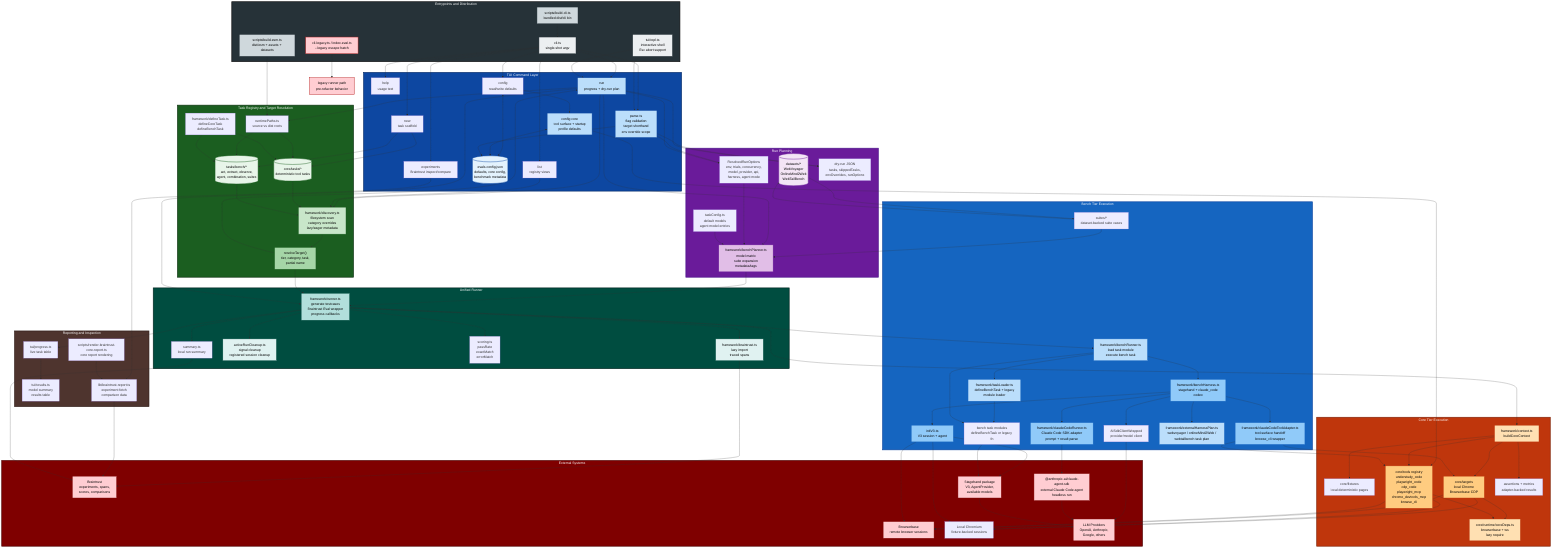
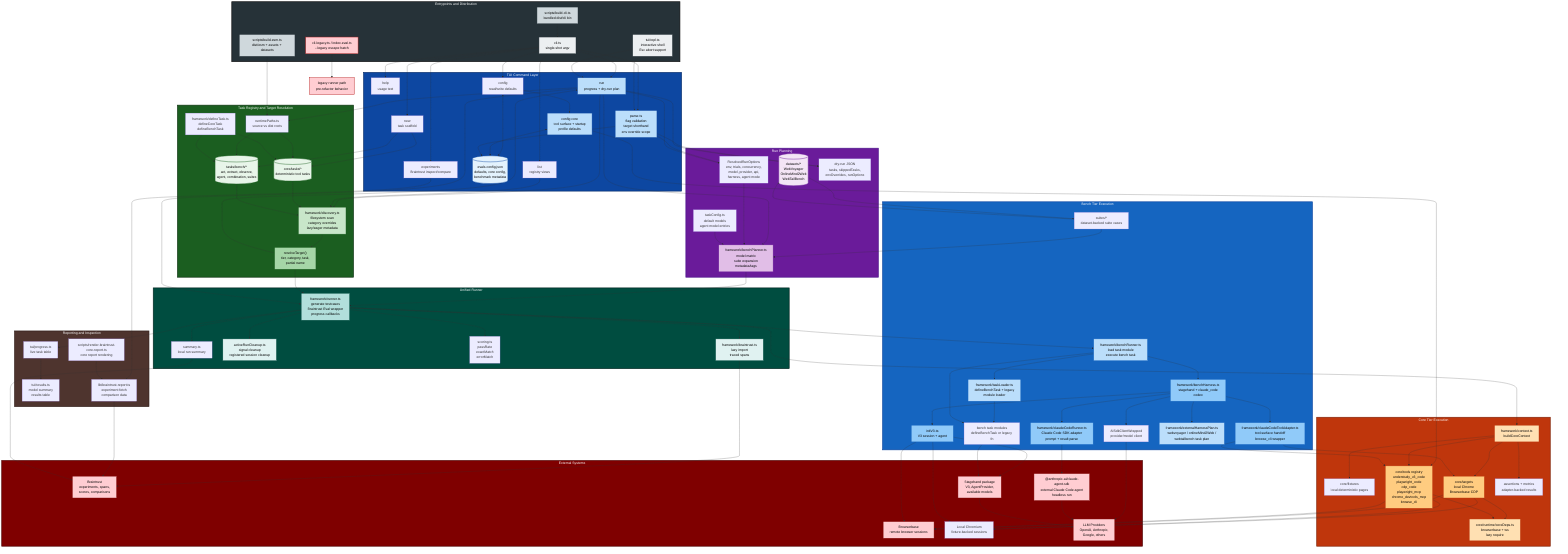
flowchart TB
    subgraph Entrypoints["Entrypoints and Distribution"]
        CLI["cli.ts<br/>single-shot argv"]
        REPL["tui/repl.ts<br/>interactive shell<br/>Esc abort support"]
        BuildCLI["scripts/build-cli.ts<br/>bundled dist/cli bin"]
        BuildESM["scripts/build-esm.ts<br/>dist/esm + assets + datasets"]
        LegacyCLI["cli-legacy.ts / index.eval.ts<br/>--legacy escape hatch"]
    end

    subgraph TUI["TUI Command Layer"]
        Help["help<br/>usage text"]
        List["list<br/>registry views"]
        ConfigCmd["config<br/>read/write defaults"]
        ConfigCore["config core<br/>tool surface + startup<br/>profile defaults"]
        NewTask["new<br/>task scaffold"]
        Experiments["experiments<br/>Braintrust inspect/compare"]
        RunCmd["run<br/>progress + dry-run plan"]
        Parse["parse.ts<br/>flag validation<br/>target shorthand<br/>env override scope"]
        ConfigFile[("evals.config.json<br/>defaults, core config,<br/>benchmark metadata")]
    end

    subgraph Registry["Task Registry and Target Resolution"]
        RuntimePaths["runtimePaths.ts<br/>source vs dist roots"]
        Discovery["framework/discovery.ts<br/>filesystem scan<br/>category overrides<br/>lazy/eager metadata"]
        Resolver["resolveTarget()<br/>tier, category, task,<br/>partial name"]
        CoreTasks[("core/tasks/*<br/>deterministic tool tasks")]
        BenchTasks[("tasks/bench/*<br/>act, extract, observe,<br/>agent, combination, suites")]
        DefineTask["framework/defineTask.ts<br/>defineCoreTask<br/>defineBenchTask"]
    end

    subgraph Planning["Run Planning"]
        ResolvedOptions["ResolvedRunOptions<br/>env, trials, concurrency,<br/>model, provider, api,<br/>harness, agent mode"]
        BenchPlanner["framework/benchPlanner.ts<br/>model matrix<br/>suite expansion<br/>metadata/tags"]
        TaskConfig["taskConfig.ts<br/>default models<br/>agent model entries"]
        Datasets[("datasets/*<br/>WebVoyager<br/>OnlineMind2Web<br/>WebTailBench")]
        DryRun["dry-run JSON<br/>tasks, skippedTasks,<br/>envOverrides, runOptions"]
    end

    subgraph Runner["Unified Runner"]
        RunEvals["framework/runner.ts<br/>generate testcases<br/>Braintrust Eval wrapper<br/>progress callbacks"]
        BraintrustAdapter["framework/braintrust.ts<br/>lazy import<br/>traced spans"]
        Cleanup["activeRunCleanup.ts<br/>signal cleanup<br/>registered session cleanup"]
        Scoring["scoring.ts<br/>passRate<br/>exactMatch<br/>errorMatch"]
        Summary["summary.ts<br/>local run summary"]
    end

    subgraph CoreTier["Core Tier Execution"]
        CoreContext["framework/context.ts<br/>buildCoreContext"]
        FixtureServer["core/fixtures<br/>local deterministic pages"]
        CoreTargets["core/targets<br/>local Chrome<br/>Browserbase CDP"]
-         CoreTools["core/tools registry<br/>understudy_code<br/>playwright_code<br/>cdp_code<br/>playwright_mcp<br/>chrome_devtools_mcp<br/>browse_cli"]
+         CoreTools["core/tools registry<br/>understudy_v3_code<br/>playwright_code<br/>cdp_code<br/>playwright_mcp<br/>chrome_devtools_mcp<br/>browse_cli"]
        CoreAssertions["assertions + metrics<br/>adapter-backed results"]
        CoreDeps["core/runtime/coreDeps.ts<br/>browserbase + ws<br/>lazy require"]
    end

    subgraph BenchTier["Bench Tier Execution"]
        BenchRunner["framework/benchRunner.ts<br/>load task module<br/>execute bench task"]
        TaskLoader["framework/taskLoader.ts<br/>defineBenchTask + legacy<br/>module loader"]
        HarnessRegistry["framework/benchHarness.ts<br/>stagehand + claude_code<br/>codex"]
        InitV3["initV3.ts<br/>V3 session + agent"]
        AISDK["AISdkClientWrapped<br/>provider/model client"]
        ClaudeCodeRunner["framework/claudeCodeRunner.ts<br/>Claude Code SDK adapter<br/>prompt + result parse"]
        ClaudeCodeToolAdapter["framework/claudeCodeToolAdapter.ts<br/>tool-surface handoff<br/>browse_cli wrapper"]
        ExternalHarnessPlan["framework/externalHarnessPlan.ts<br/>webvoyager / onlineMind2Web /<br/>webtailbench task plan"]
        BenchSuites["suites/*<br/>dataset-backed suite cases"]
        BenchTaskDefs["bench task modules<br/>defineBenchTask or legacy fn"]
    end

    subgraph Reporting["Reporting and Inspection"]
        Progress["tui/progress.ts<br/>live task table"]
        ResultsView["tui/results.ts<br/>model summary<br/>results table"]
        ReportLib["lib/braintrust-report.ts<br/>experiment fetch<br/>comparison data"]
        RenderReport["scripts/render-braintrust-core-report.ts<br/>core report rendering"]
    end

    subgraph External["External Systems"]
        Braintrust["Braintrust<br/>experiments, spans,<br/>scores, comparisons"]
        Browserbase["Browserbase<br/>remote browser sessions"]
        LocalBrowser["Local Chromium<br/>fixture-backed sessions"]
        Providers["LLM Providers<br/>OpenAI, Anthropic,<br/>Google, others"]
        Stagehand["Stagehand package<br/>V3, AgentProvider,<br/>available models"]
        ClaudeCodeSDK["@anthropic-ai/claude-agent-sdk<br/>external Claude Code agent<br/>headless run"]
    end

    %% Entrypoints
    CLI --> Parse
    CLI --> RunCmd
    CLI --> List
    CLI --> ConfigCmd
    CLI --> Experiments
    CLI --> NewTask
    CLI --> Help
    REPL --> Parse
    REPL --> RunCmd
    BuildCLI --> CLI
    BuildESM --> RuntimePaths
    LegacyCLI --> LegacyRunner["legacy runner path<br/>pre-refactor behavior"]

    %% TUI and config
    ConfigCmd <--> ConfigFile
    ConfigCmd --> ConfigCore
    ConfigCore <--> ConfigFile
    ConfigCore --> CoreTools
    Parse --> ConfigFile
    Parse --> ResolvedOptions
    Parse --> DryRun
    RunCmd --> ResolvedOptions
    RunCmd --> RuntimePaths
    RunCmd --> Discovery
    List --> Discovery
    NewTask --> CoreTasks
    NewTask --> BenchTasks
    Experiments --> ReportLib

    %% Registry
    RuntimePaths --> CoreTasks
    RuntimePaths --> BenchTasks
    CoreTasks --> Discovery
    BenchTasks --> Discovery
    DefineTask --> CoreTasks
    DefineTask --> BenchTasks
    Discovery --> Resolver
    Resolver --> RunCmd

    %% Planning
    RunCmd --> BenchPlanner
    RunCmd --> DryRun
    ResolvedOptions --> BenchPlanner
    TaskConfig --> BenchPlanner
    Datasets --> BenchSuites
    BenchSuites --> BenchPlanner
    BenchPlanner --> RunEvals
    Resolver --> RunEvals

    %% Runner
    RunCmd --> RunEvals
    RunEvals --> BraintrustAdapter
    RunEvals --> Cleanup
    RunEvals --> Scoring
    RunEvals --> Summary
    RunEvals --> CoreContext
    RunEvals --> BenchRunner
    RunEvals --> Progress
    Progress --> ResultsView

    %% Core path
    CoreContext --> FixtureServer
    CoreContext --> CoreTargets
    CoreContext --> CoreTools
    CoreContext --> CoreAssertions
    CoreTargets --> LocalBrowser
    CoreTargets --> Browserbase
    CoreTools --> LocalBrowser
    CoreTools --> Browserbase
    CoreTargets --> CoreDeps
    CoreTools --> CoreDeps

    %% Bench path
    BenchRunner --> HarnessRegistry
    BenchRunner --> TaskLoader
    TaskLoader --> BenchTaskDefs
    HarnessRegistry --> InitV3
    InitV3 --> Stagehand
    InitV3 --> Browserbase
    InitV3 --> LocalBrowser
    HarnessRegistry --> AISDK
    AISDK --> Providers
    BenchRunner --> BenchTaskDefs
    BenchTaskDefs --> Stagehand
    BenchSuites --> Datasets

    %% Claude Code external harness path
    HarnessRegistry --> ClaudeCodeRunner
    HarnessRegistry --> ClaudeCodeToolAdapter
    HarnessRegistry --> ExternalHarnessPlan
    ClaudeCodeToolAdapter --> CoreTools
    ClaudeCodeToolAdapter --> CoreTargets
    ClaudeCodeRunner --> ClaudeCodeSDK
    ClaudeCodeSDK --> Providers

    %% Reporting and external
    BraintrustAdapter --> Braintrust
    ReportLib --> Braintrust
    RenderReport --> ReportLib
    Summary --> Braintrust
    Stagehand --> Providers

    %% Styling
    style Entrypoints fill:#263238,stroke:#111111,stroke-width:3px,color:#ffffff
    style TUI fill:#0d47a1,stroke:#082d69,stroke-width:3px,color:#ffffff
    style Registry fill:#1b5e20,stroke:#0d3010,stroke-width:3px,color:#ffffff
    style Planning fill:#6a1b9a,stroke:#4a148c,stroke-width:3px,color:#ffffff
    style Runner fill:#004d40,stroke:#00251f,stroke-width:3px,color:#ffffff
    style CoreTier fill:#bf360c,stroke:#7f2207,stroke-width:3px,color:#ffffff
    style BenchTier fill:#1565c0,stroke:#0d47a1,stroke-width:3px,color:#ffffff
    style Reporting fill:#4e342e,stroke:#2d1b17,stroke-width:3px,color:#ffffff
    style External fill:#7f0000,stroke:#4d0000,stroke-width:3px,color:#ffffff

    style CLI fill:#eceff1,stroke:#263238,stroke-width:2px,color:#000000
    style REPL fill:#eceff1,stroke:#263238,stroke-width:2px,color:#000000
    style BuildCLI fill:#cfd8dc,stroke:#263238,stroke-width:2px,color:#000000
    style BuildESM fill:#cfd8dc,stroke:#263238,stroke-width:2px,color:#000000
    style LegacyCLI fill:#ffcdd2,stroke:#b71c1c,stroke-width:2px,color:#000000
    style LegacyRunner fill:#ffcdd2,stroke:#b71c1c,stroke-width:2px,color:#000000

    style Parse fill:#bbdefb,stroke:#0d47a1,stroke-width:2px,color:#000000
    style RunCmd fill:#bbdefb,stroke:#0d47a1,stroke-width:2px,color:#000000
    style ConfigCore fill:#bbdefb,stroke:#0d47a1,stroke-width:2px,color:#000000
    style ConfigFile fill:#e3f2fd,stroke:#0d47a1,stroke-width:2px,color:#000000
    style Discovery fill:#c8e6c9,stroke:#1b5e20,stroke-width:2px,color:#000000
    style Resolver fill:#a5d6a7,stroke:#1b5e20,stroke-width:2px,color:#000000
    style CoreTasks fill:#e8f5e9,stroke:#1b5e20,stroke-width:2px,color:#000000
    style BenchTasks fill:#e8f5e9,stroke:#1b5e20,stroke-width:2px,color:#000000

    style BenchPlanner fill:#e1bee7,stroke:#6a1b9a,stroke-width:2px,color:#000000
    style Datasets fill:#f3e5f5,stroke:#6a1b9a,stroke-width:2px,color:#000000
    style RunEvals fill:#b2dfdb,stroke:#004d40,stroke-width:2px,color:#000000
    style BraintrustAdapter fill:#e0f2f1,stroke:#004d40,stroke-width:2px,color:#000000
    style Cleanup fill:#e0f2f1,stroke:#004d40,stroke-width:2px,color:#000000

    style CoreContext fill:#ffe0b2,stroke:#bf360c,stroke-width:2px,color:#000000
    style CoreTargets fill:#ffcc80,stroke:#bf360c,stroke-width:2px,color:#000000
    style CoreTools fill:#ffcc80,stroke:#bf360c,stroke-width:2px,color:#000000
    style CoreDeps fill:#ffe0b2,stroke:#bf360c,stroke-width:2px,color:#000000
    style BenchRunner fill:#bbdefb,stroke:#1565c0,stroke-width:2px,color:#000000
    style HarnessRegistry fill:#90caf9,stroke:#1565c0,stroke-width:2px,color:#000000
    style InitV3 fill:#90caf9,stroke:#1565c0,stroke-width:2px,color:#000000
    style TaskLoader fill:#bbdefb,stroke:#1565c0,stroke-width:2px,color:#000000
    style ClaudeCodeRunner fill:#90caf9,stroke:#1565c0,stroke-width:2px,color:#000000
    style ClaudeCodeToolAdapter fill:#90caf9,stroke:#1565c0,stroke-width:2px,color:#000000
    style ExternalHarnessPlan fill:#bbdefb,stroke:#1565c0,stroke-width:2px,color:#000000

    style Braintrust fill:#ffcdd2,stroke:#7f0000,stroke-width:2px,color:#000000
    style Browserbase fill:#ffcdd2,stroke:#7f0000,stroke-width:2px,color:#000000
    style Providers fill:#ffcdd2,stroke:#7f0000,stroke-width:2px,color:#000000
    style Stagehand fill:#ffcdd2,stroke:#7f0000,stroke-width:2px,color:#000000
    style ClaudeCodeSDK fill:#ffcdd2,stroke:#7f0000,stroke-width:2px,color:#000000
